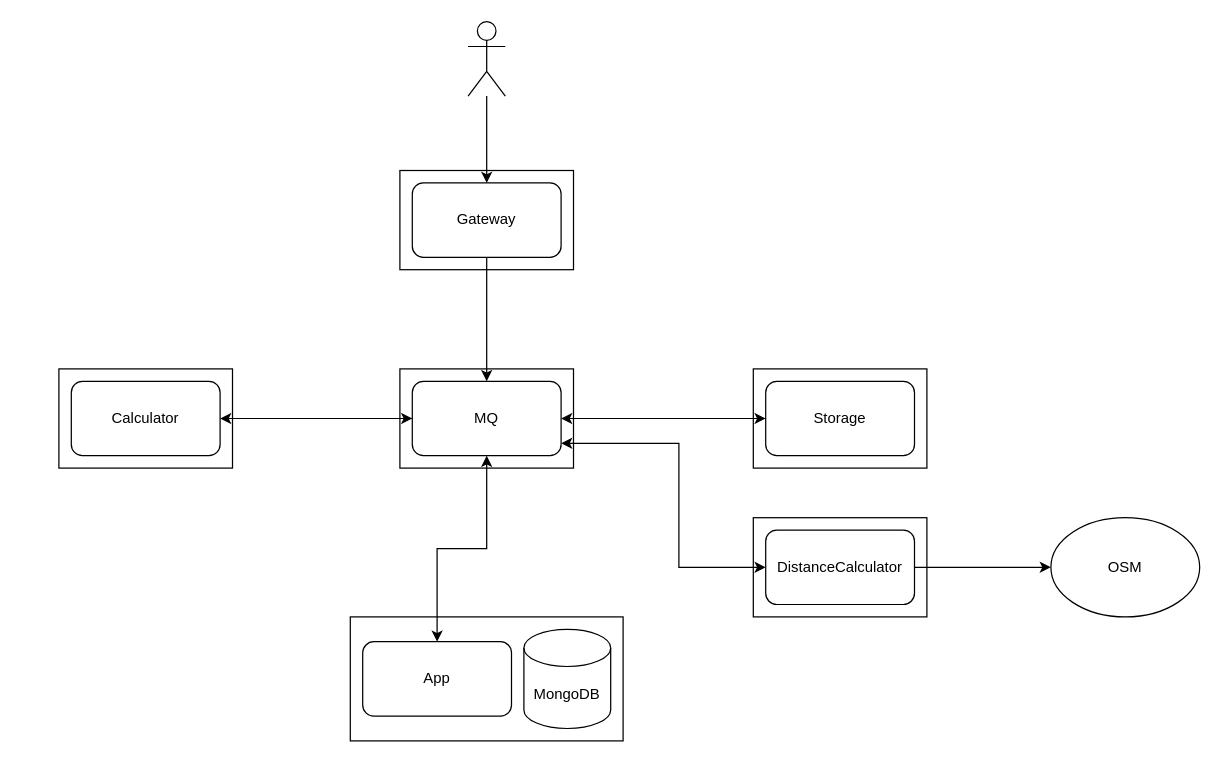
The draw.io diagram Architecture.drawio in htw-kbe-jneidel/planning, before the edit. Source tidied: cells renumbered, new cells numbered last; positions are measured from the earlier drawing's top-left corner, leaving out a move shared by most shapes. Both pictures are drawn from the tidied source at 124%, with x=0, y=0 at pixel (58, 21).
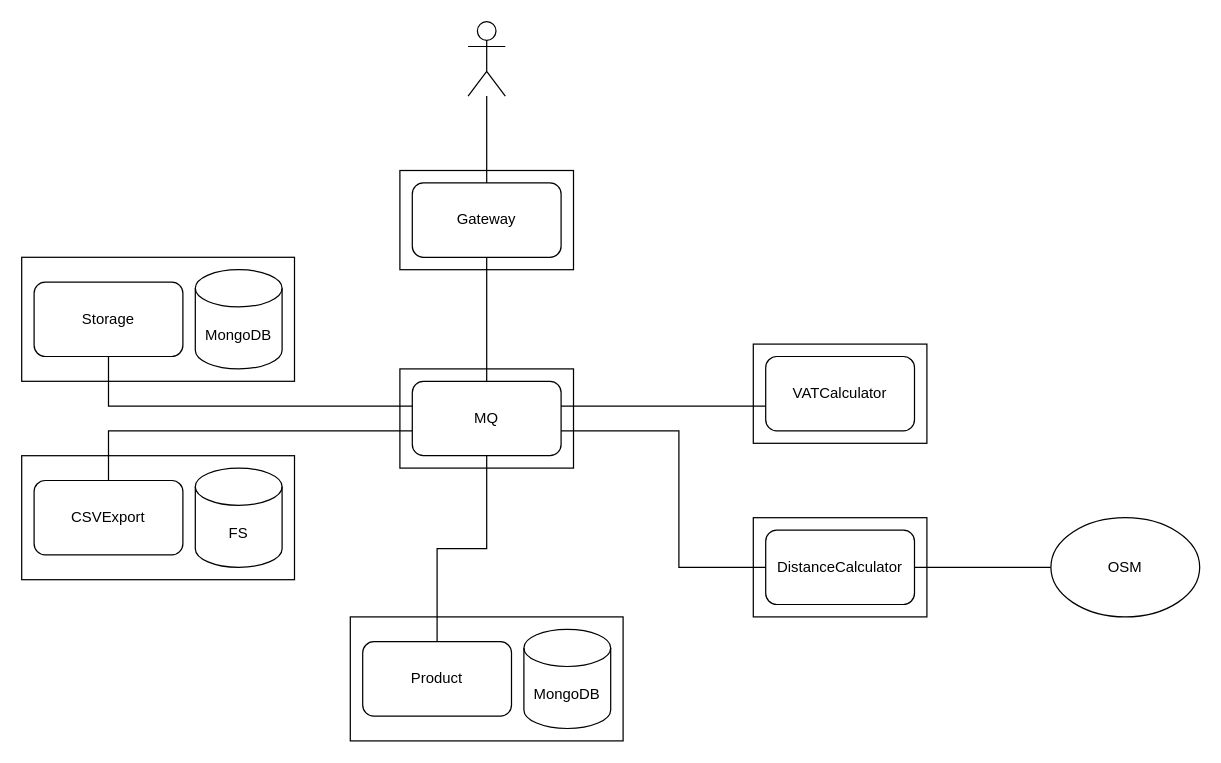
Above is the later version.

The change refers to these unchanged cells:
```xml
<mxCell id="2" style="shape=umlActor;verticalLabelPosition=bottom;verticalAlign=top;html=1;outlineConnect=0;" parent="1" vertex="1">
  <mxGeometry x="330" width="30" height="60" as="geometry" />
</mxCell>
<mxCell id="4" value="Gateway" style="rounded=1;whiteSpace=wrap;html=1;" parent="1" vertex="1">
  <mxGeometry x="285" y="130" width="120" height="60" as="geometry" />
</mxCell>
<mxCell id="8" value="MQ" style="rounded=1;whiteSpace=wrap;html=1;" parent="1" vertex="1">
  <mxGeometry x="285" y="290" width="120" height="60" as="geometry" />
</mxCell>
<mxCell id="18" value="DistanceCalculator" style="rounded=1;whiteSpace=wrap;html=1;" parent="1" vertex="1">
  <mxGeometry x="570" y="410" width="120" height="60" as="geometry" />
</mxCell>
<mxCell id="20" value="OSM" style="ellipse;whiteSpace=wrap;html=1;" parent="1" vertex="1">
  <mxGeometry x="800" y="400" width="120" height="80" as="geometry" />
</mxCell>
```

What changed in the source:
```diff
@@
-    <mxCell id="5" style="edgeStyle=orthogonalEdgeStyle;rounded=0;jettySize=auto;html=1;" parent="1" edge="1" source="2" target="4">
+    <mxCell id="5" style="edgeStyle=orthogonalEdgeStyle;rounded=0;jettySize=auto;html=1;startArrow=none;startFill=0;endArrow=none;endFill=0;" parent="1" edge="1" source="2" target="4">
       <mxGeometry relative="1" as="geometry" />
     </mxCell>
@@
-    <mxCell id="7" style="edgeStyle=orthogonalEdgeStyle;rounded=0;jettySize=auto;html=1;" parent="1" edge="1" source="8" target="12">
-      <mxGeometry relative="1" as="geometry" />
-    </mxCell>
@@
-    <mxCell id="9" style="edgeStyle=orthogonalEdgeStyle;rounded=0;jettySize=auto;html=1;" parent="1" edge="1" source="4" target="8">
+    <mxCell id="9" style="edgeStyle=orthogonalEdgeStyle;rounded=0;jettySize=auto;html=1;startArrow=none;startFill=0;endArrow=none;endFill=0;" parent="1" edge="1" source="4" target="8">
       <mxGeometry relative="1" as="geometry" />
     </mxCell>
     <mxCell id="10" style="rounded=0;whiteSpace=wrap;html=1;" parent="1" vertex="1">
-      <mxGeometry y="280" width="140" height="80" as="geometry" />
+      <mxGeometry x="560" y="260" width="140" height="80" as="geometry" />
     </mxCell>
-    <mxCell id="11" style="edgeStyle=orthogonalEdgeStyle;rounded=0;jettySize=auto;html=1;startArrow=classic;startFill=1;" parent="1" edge="1" source="12" target="8">
-      <mxGeometry relative="1" as="geometry" />
-    </mxCell>
-    <mxCell id="12" value="Calculator" style="rounded=1;whiteSpace=wrap;html=1;" parent="1" vertex="1">
-      <mxGeometry x="10" y="290" width="120" height="60" as="geometry" />
+    <mxCell id="12" value="VATCalculator" style="rounded=1;whiteSpace=wrap;html=1;" parent="1" vertex="1">
+      <mxGeometry x="570" y="270" width="120" height="60" as="geometry" />
     </mxCell>
-    <mxCell id="13" style="rounded=0;whiteSpace=wrap;html=1;" parent="1" vertex="1">
-      <mxGeometry x="560" y="280" width="140" height="80" as="geometry" />
-    </mxCell>
-    <mxCell id="14" style="edgeStyle=orthogonalEdgeStyle;rounded=0;jettySize=auto;html=1;startArrow=classic;startFill=1;" parent="1" edge="1" source="15" target="8">
-      <mxGeometry relative="1" as="geometry" />
-    </mxCell>
-    <mxCell id="15" value="Storage" style="rounded=1;whiteSpace=wrap;html=1;" parent="1" vertex="1">
-      <mxGeometry x="570" y="290" width="120" height="60" as="geometry" />
-    </mxCell>
@@
-    <mxCell id="17" style="edgeStyle=orthogonalEdgeStyle;rounded=0;jettySize=auto;html=1;startArrow=none;startFill=0;" parent="1" edge="1" source="18" target="20">
+    <mxCell id="17" style="edgeStyle=orthogonalEdgeStyle;rounded=0;jettySize=auto;html=1;startArrow=none;startFill=0;endArrow=none;endFill=0;" parent="1" edge="1" source="18" target="20">
       <mxGeometry relative="1" as="geometry" />
     </mxCell>
@@
-    <mxCell id="19" style="edgeStyle=orthogonalEdgeStyle;rounded=0;jettySize=auto;html=1;entryX=0;entryY=0.5;entryDx=0;entryDy=0;startArrow=classic;startFill=1;" parent="1" edge="1" source="8" target="18">
+    <mxCell id="19" style="edgeStyle=orthogonalEdgeStyle;rounded=0;jettySize=auto;html=1;entryX=0;entryY=0.5;entryDx=0;entryDy=0;startArrow=none;startFill=0;endArrow=none;endFill=0;" parent="1" edge="1" source="8" target="18">
       <mxGeometry relative="1" as="geometry">
         <Array as="points">
-          <mxPoint x="500" y="340" />
+          <mxPoint x="500" y="330" />
           <mxPoint x="500" y="440" />
         </Array>
       </mxGeometry>
     </mxCell>
@@
-    <mxCell id="22" style="edgeStyle=orthogonalEdgeStyle;rounded=0;jettySize=auto;html=1;startArrow=classic;startFill=1;" parent="1" edge="1" source="23" target="8">
+    <mxCell id="22" style="edgeStyle=orthogonalEdgeStyle;rounded=0;jettySize=auto;html=1;startArrow=none;startFill=0;endArrow=none;endFill=0;" parent="1" edge="1" source="23" target="8">
       <mxGeometry relative="1" as="geometry" />
     </mxCell>
-    <mxCell id="23" value="App" style="rounded=1;whiteSpace=wrap;html=1;" parent="1" vertex="1">
+    <mxCell id="23" value="Product" style="rounded=1;whiteSpace=wrap;html=1;" parent="1" vertex="1">
       <mxGeometry x="245" y="500" width="120" height="60" as="geometry" />
     </mxCell>
@@
+    <mxCell id="25" style="rounded=0;whiteSpace=wrap;html=1;" parent="1" vertex="1">
+      <mxGeometry x="-30" y="190" width="220" height="100" as="geometry" />
+    </mxCell>
+    <mxCell id="15" value="Storage" style="rounded=1;whiteSpace=wrap;html=1;" parent="1" vertex="1">
+      <mxGeometry x="-20" y="210" width="120" height="60" as="geometry" />
+    </mxCell>
+    <mxCell id="26" value="MongoDB" style="shape=cylinder3;whiteSpace=wrap;html=1;boundedLbl=1;backgroundOutline=1;size=15;" parent="1" vertex="1">
+      <mxGeometry x="110" y="200" width="70" height="80" as="geometry" />
+    </mxCell>
+    <mxCell id="27" style="rounded=0;whiteSpace=wrap;html=1;" parent="1" vertex="1">
+      <mxGeometry x="-30" y="350" width="220" height="100" as="geometry" />
+    </mxCell>
+    <mxCell id="28" value="CSVExport" style="rounded=1;whiteSpace=wrap;html=1;" parent="1" vertex="1">
+      <mxGeometry x="-20" y="370" width="120" height="60" as="geometry" />
+    </mxCell>
+    <mxCell id="29" value="FS" style="shape=cylinder3;whiteSpace=wrap;html=1;boundedLbl=1;backgroundOutline=1;size=15;" parent="1" vertex="1">
+      <mxGeometry x="110" y="360" width="70" height="80" as="geometry" />
+    </mxCell>
+    <mxCell id="30" style="edgeStyle=orthogonalEdgeStyle;rounded=0;jettySize=auto;html=1;startArrow=none;startFill=0;endArrow=none;endFill=0;" parent="1" edge="1" source="28" target="8">
+      <mxGeometry relative="1" as="geometry">
+        <Array as="points">
+          <mxPoint x="40" y="330" />
+        </Array>
+      </mxGeometry>
+    </mxCell>
+    <mxCell id="14" style="edgeStyle=orthogonalEdgeStyle;rounded=0;jettySize=auto;html=1;startArrow=none;startFill=0;endArrow=none;endFill=0;" parent="1" edge="1" source="15" target="8">
+      <mxGeometry relative="1" as="geometry">
+        <Array as="points">
+          <mxPoint x="40" y="310" />
+        </Array>
+      </mxGeometry>
+    </mxCell>
+    <mxCell id="7" style="edgeStyle=orthogonalEdgeStyle;rounded=0;jettySize=auto;html=1;endArrow=none;endFill=0;" parent="1" edge="1" source="8" target="12">
+      <mxGeometry relative="1" as="geometry">
+        <Array as="points">
+          <mxPoint x="530" y="310" />
+          <mxPoint x="530" y="310" />
+        </Array>
+      </mxGeometry>
+    </mxCell>
```
